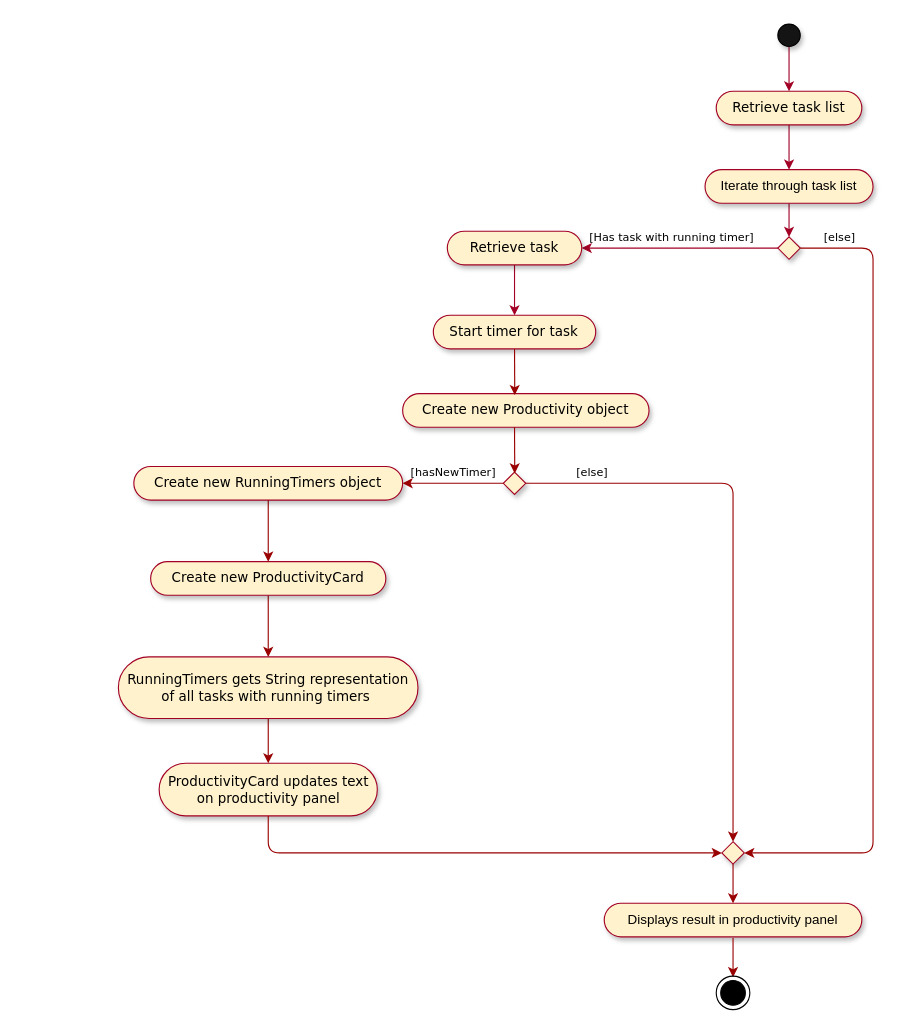
This is docs/diagrams/TimerPanelActivityDiagram.drawio from yapdianhao/main, a draw.io file, before an edit. Source tidied: cells renumbered, new cells numbered last; positions are measured from the earlier drawing's top-left corner, leaving out a move shared by most shapes. Both pictures are drawn from the tidied source at 112%, with x=0, y=0 at pixel (118, 24).
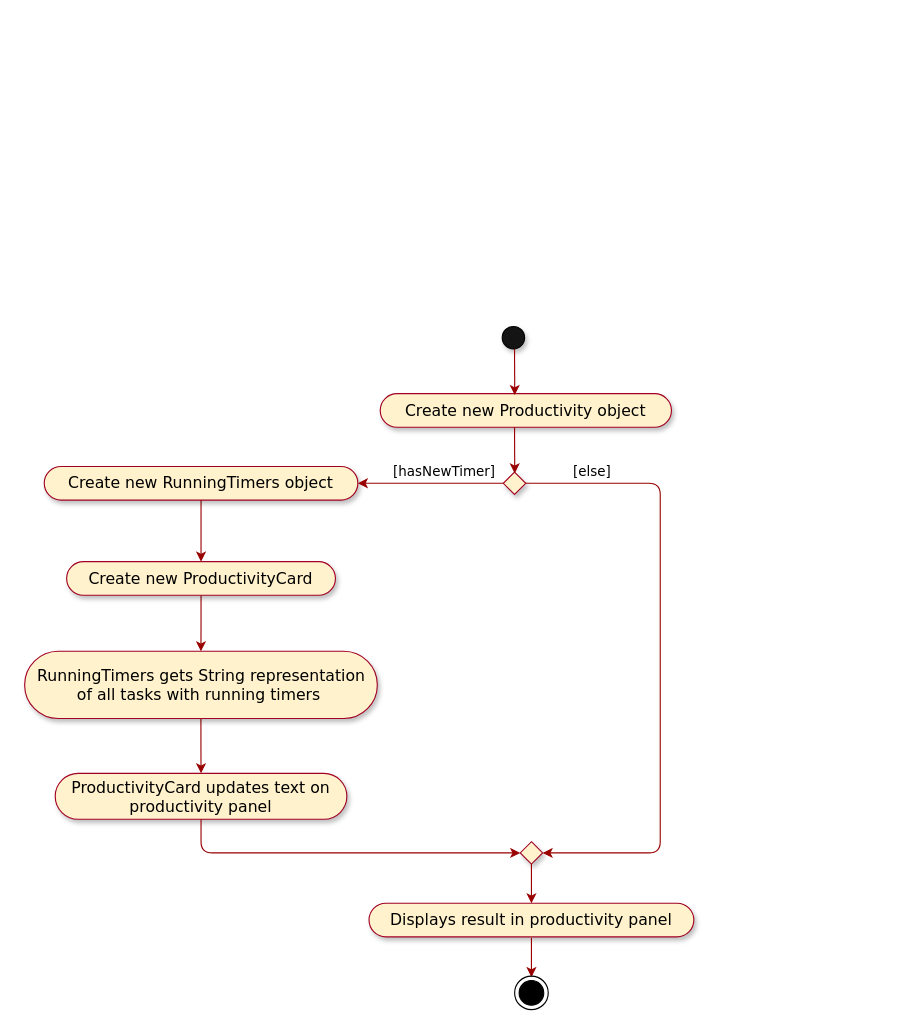
The same diagram, later.

What changed in the source:
```diff
@@
-    <mxCell id="2" style="edgeStyle=orthogonalEdgeStyle;rounded=0;jettySize=auto;html=1;startArrow=none;startFill=0;endArrow=classic;endFill=1;strokeColor=#A20025;" parent="1" edge="1" source="3" target="9">
-      <mxGeometry relative="1" as="geometry" />
-    </mxCell>
-    <mxCell id="3" style="ellipse;whiteSpace=wrap;html=1;fillColor=#141414;shadow=1;" parent="1" vertex="1">
-      <mxGeometry x="589" width="20" height="20" as="geometry" />
-    </mxCell>
-    <mxCell id="4" style="edgeStyle=orthogonalEdgeStyle;rounded=0;jettySize=auto;html=1;startArrow=none;startFill=0;endArrow=classic;endFill=1;strokeColor=#A20025;fontFamily=Verdana;" parent="1" edge="1" source="5" target="7">
-      <mxGeometry relative="1" as="geometry" />
-    </mxCell>
-    <mxCell id="5" value="Iterate through task list" style="whiteSpace=wrap;html=1;rounded=1;arcSize=50;align=center;verticalAlign=middle;strokeWidth=1;spacing=4;newEdgeStyle={&quot;edgeStyle&quot;:&quot;entityRelationEdgeStyle&quot;,&quot;startArrow&quot;:&quot;none&quot;,&quot;endArrow&quot;:&quot;none&quot;,&quot;segment&quot;:10,&quot;curved&quot;:1};shadow=1;fillColor=#fff2cc;strokeColor=#A20025;" parent="1" vertex="1">
-      <mxGeometry x="524" y="130" width="150" height="30" as="geometry" />
-    </mxCell>
-    <mxCell id="6" style="edgeStyle=orthogonalEdgeStyle;rounded=0;jettySize=auto;html=1;startArrow=none;startFill=0;endArrow=classic;endFill=1;strokeColor=#A20025;fontFamily=Verdana;exitX=0.25;exitY=0.5;exitDx=0;exitDy=0;exitPerimeter=0;" parent="1" edge="1" source="7" target="11">
-      <mxGeometry relative="1" as="geometry" />
-    </mxCell>
-    <mxCell id="7" style="rhombus;whiteSpace=wrap;html=1;shadow=1;strokeColor=#A20025;fillColor=#fff2cc;" parent="1" vertex="1">
-      <mxGeometry x="589" y="190" width="20" height="20" as="geometry" />
-    </mxCell>
-    <mxCell id="8" style="edgeStyle=orthogonalEdgeStyle;rounded=0;jettySize=auto;html=1;startArrow=none;startFill=0;endArrow=classic;endFill=1;strokeColor=#A20025;" parent="1" edge="1" source="9" target="5">
-      <mxGeometry relative="1" as="geometry" />
-    </mxCell>
-    <mxCell id="9" value="Retrieve task list" style="whiteSpace=wrap;rounded=1;arcSize=50;align=center;verticalAlign=middle;strokeWidth=1;spacing=4;newEdgeStyle={&quot;edgeStyle&quot;:&quot;entityRelationEdgeStyle&quot;,&quot;startArrow&quot;:&quot;none&quot;,&quot;endArrow&quot;:&quot;none&quot;,&quot;segment&quot;:10,&quot;curved&quot;:1};shadow=1;fillColor=#fff2cc;strokeColor=#A20025;horizontal=1;fontFamily=Verdana;" parent="1" vertex="1">
-      <mxGeometry x="534" y="60" width="130" height="30" as="geometry" />
-    </mxCell>
-    <mxCell id="10" style="edgeStyle=orthogonalEdgeStyle;rounded=0;jettySize=auto;html=1;exitX=0.5;exitY=1;exitDx=0;exitDy=0;startArrow=none;startFill=0;endArrow=classic;endFill=1;strokeColor=#A20025;fontFamily=Verdana;" parent="1" edge="1" source="11">
-      <mxGeometry relative="1" as="geometry">
-        <mxPoint x="353.9" y="260" as="targetPoint" />
-        <Array as="points">
-          <mxPoint x="353.9" y="250" />
-        </Array>
-      </mxGeometry>
-    </mxCell>
-    <mxCell id="11" value="Retrieve task" style="whiteSpace=wrap;html=1;rounded=1;arcSize=50;align=center;verticalAlign=middle;strokeWidth=1;spacing=4;newEdgeStyle={&quot;edgeStyle&quot;:&quot;entityRelationEdgeStyle&quot;,&quot;startArrow&quot;:&quot;none&quot;,&quot;endArrow&quot;:&quot;none&quot;,&quot;segment&quot;:10,&quot;curved&quot;:1};shadow=1;fillColor=#fff2cc;strokeColor=#A20025;fontFamily=Verdana;" parent="1" vertex="1">
-      <mxGeometry x="293.9" y="185" width="120" height="30" as="geometry" />
-    </mxCell>
-    <mxCell id="12" value="&lt;span style=&quot;font-size: 10px&quot;&gt;[Has task with running timer]&lt;/span&gt;" style="text;html=1;align=center;verticalAlign=middle;fontFamily=Verdana;" parent="1" vertex="1">
-      <mxGeometry x="413.9" y="180" width="160" height="20" as="geometry" />
-    </mxCell>
+    <mxCell id="37" style="ellipse;whiteSpace=wrap;html=1;fillColor=#141414;shadow=1;" parent="1" vertex="1">
+      <mxGeometry x="342.9" y="270" width="20" height="20" as="geometry" />
+    </mxCell>
-    <mxCell id="13" value="Displays result in productivity panel" style="whiteSpace=wrap;html=1;rounded=1;arcSize=50;align=center;verticalAlign=middle;strokeWidth=1;spacing=4;newEdgeStyle={&quot;edgeStyle&quot;:&quot;entityRelationEdgeStyle&quot;,&quot;startArrow&quot;:&quot;none&quot;,&quot;endArrow&quot;:&quot;none&quot;,&quot;segment&quot;:10,&quot;curved&quot;:1};shadow=1;fillColor=#fff2cc;strokeColor=#A20025;" parent="1" vertex="1">
-      <mxGeometry x="434" y="785" width="230" height="30" as="geometry" />
+    <mxCell id="13" value="Displays result in productivity panel" style="whiteSpace=wrap;html=1;rounded=1;arcSize=50;align=center;verticalAlign=middle;strokeWidth=1;spacing=4;newEdgeStyle={&quot;edgeStyle&quot;:&quot;entityRelationEdgeStyle&quot;,&quot;startArrow&quot;:&quot;none&quot;,&quot;endArrow&quot;:&quot;none&quot;,&quot;segment&quot;:10,&quot;curved&quot;:1};shadow=1;fillColor=#fff2cc;strokeColor=#A20025;fontSize=14;fontFamily=Verdana;" parent="1" vertex="1">
+      <mxGeometry x="224" y="785" width="290" height="30" as="geometry" />
     </mxCell>
-    <mxCell id="14" value="&lt;font style=&quot;font-size: 10px&quot;&gt;[else]&lt;/font&gt;" style="text;html=1;align=center;verticalAlign=middle;fontFamily=Verdana;" parent="1" vertex="1">
-      <mxGeometry x="624" y="180" width="40" height="20" as="geometry" />
-    </mxCell>
-    <mxCell id="15" value="Start timer for task" style="whiteSpace=wrap;html=1;rounded=1;arcSize=50;align=center;verticalAlign=middle;strokeWidth=1;spacing=4;newEdgeStyle={&quot;edgeStyle&quot;:&quot;entityRelationEdgeStyle&quot;,&quot;startArrow&quot;:&quot;none&quot;,&quot;endArrow&quot;:&quot;none&quot;,&quot;segment&quot;:10,&quot;curved&quot;:1};shadow=1;fillColor=#fff2cc;strokeColor=#A20025;fontFamily=Verdana;" parent="1" vertex="1">
-      <mxGeometry x="281.4" y="260" width="145" height="30" as="geometry" />
-    </mxCell>
-    <mxCell id="16" style="rhombus;whiteSpace=wrap;html=1;shadow=1;strokeColor=#A20025;fillColor=#fff2cc;" parent="1" vertex="1">
-      <mxGeometry x="539" y="730" width="20" height="20" as="geometry" />
-    </mxCell>
-    <mxCell id="17" style="endArrow=classic;html=1;strokeColor=#990000;entryX=0.5;entryY=0;entryDx=0;entryDy=0;exitX=0.5;exitY=1;exitDx=0;exitDy=0;" parent="1" edge="1" source="16" target="13">
-      <mxGeometry relative="1" as="geometry" />
-    </mxCell>
-    <mxCell id="18" style="endArrow=classic;html=1;strokeColor=#990000;entryX=0.5;entryY=0;entryDx=0;entryDy=0;exitX=0.5;exitY=1;exitDx=0;exitDy=0;" parent="1" edge="1">
-      <mxGeometry relative="1" as="geometry">
-        <mxPoint x="549" y="816" as="sourcePoint" />
-        <mxPoint x="549" y="851" as="targetPoint" />
-      </mxGeometry>
-    </mxCell>
+    <mxCell id="38" style="rhombus;whiteSpace=wrap;html=1;shadow=1;strokeColor=#A20025;fillColor=#fff2cc;" parent="1" vertex="1">
+      <mxGeometry x="359" y="730" width="20" height="20" as="geometry" />
+    </mxCell>
+    <mxCell id="39" style="endArrow=classic;html=1;strokeColor=#990000;entryX=0.5;entryY=0;entryDx=0;entryDy=0;exitX=0.5;exitY=1;exitDx=0;exitDy=0;" parent="1" edge="1" source="38" target="13">
+      <mxGeometry relative="1" as="geometry" />
+    </mxCell>
+    <mxCell id="40" style="endArrow=classic;html=1;strokeColor=#990000;entryX=0.5;entryY=0;entryDx=0;entryDy=0;exitX=0.5;exitY=1;exitDx=0;exitDy=0;" parent="1" edge="1">
+      <mxGeometry relative="1" as="geometry">
+        <mxPoint x="369" y="816" as="sourcePoint" />
+        <mxPoint x="369" y="851" as="targetPoint" />
+      </mxGeometry>
+    </mxCell>
-    <mxCell id="19" value="Create new Productivity object" style="whiteSpace=wrap;html=1;rounded=1;arcSize=50;align=center;verticalAlign=middle;strokeWidth=1;spacing=4;newEdgeStyle={&quot;edgeStyle&quot;:&quot;entityRelationEdgeStyle&quot;,&quot;startArrow&quot;:&quot;none&quot;,&quot;endArrow&quot;:&quot;none&quot;,&quot;segment&quot;:10,&quot;curved&quot;:1};shadow=1;fillColor=#fff2cc;strokeColor=#A20025;fontFamily=Verdana;" parent="1" vertex="1">
-      <mxGeometry x="254" y="330" width="220" height="30" as="geometry" />
+    <mxCell id="19" value="Create new Productivity object" style="whiteSpace=wrap;html=1;rounded=1;arcSize=50;align=center;verticalAlign=middle;strokeWidth=1;spacing=4;newEdgeStyle={&quot;edgeStyle&quot;:&quot;entityRelationEdgeStyle&quot;,&quot;startArrow&quot;:&quot;none&quot;,&quot;endArrow&quot;:&quot;none&quot;,&quot;segment&quot;:10,&quot;curved&quot;:1};shadow=1;fillColor=#fff2cc;strokeColor=#A20025;fontFamily=Verdana;fontSize=14;" parent="1" vertex="1">
+      <mxGeometry x="234" y="330" width="260" height="30" as="geometry" />
     </mxCell>
-    <mxCell id="20" style="endArrow=classic;html=1;exitX=0.5;exitY=1;exitDx=0;exitDy=0;entryX=0.455;entryY=0.041;entryDx=0;entryDy=0;entryPerimeter=0;strokeColor=#990000;" parent="1" edge="1" source="15" target="19">
-      <mxGeometry relative="1" as="geometry" />
-    </mxCell>
-    <mxCell id="21" style="ellipse;html=1;shape=endState;fillColor=#000000;strokeColor=#000000;" parent="1" vertex="1">
-      <mxGeometry x="534" y="850" width="30" height="30" as="geometry" />
-    </mxCell>
+    <mxCell id="41" style="ellipse;html=1;shape=endState;fillColor=#000000;strokeColor=#000000;" parent="1" vertex="1">
+      <mxGeometry x="354" y="850" width="30" height="30" as="geometry" />
+    </mxCell>
@@
-    <mxCell id="23" value="Create new ProductivityCard" style="whiteSpace=wrap;html=1;rounded=1;arcSize=50;align=center;verticalAlign=middle;strokeWidth=1;spacing=4;newEdgeStyle={&quot;edgeStyle&quot;:&quot;entityRelationEdgeStyle&quot;,&quot;startArrow&quot;:&quot;none&quot;,&quot;endArrow&quot;:&quot;none&quot;,&quot;segment&quot;:10,&quot;curved&quot;:1};shadow=1;fillColor=#fff2cc;strokeColor=#A20025;fontFamily=Verdana;" parent="1" vertex="1">
-      <mxGeometry x="29" y="480" width="210" height="30" as="geometry" />
+    <mxCell id="23" value="Create new ProductivityCard" style="whiteSpace=wrap;html=1;rounded=1;arcSize=50;align=center;verticalAlign=middle;strokeWidth=1;spacing=4;newEdgeStyle={&quot;edgeStyle&quot;:&quot;entityRelationEdgeStyle&quot;,&quot;startArrow&quot;:&quot;none&quot;,&quot;endArrow&quot;:&quot;none&quot;,&quot;segment&quot;:10,&quot;curved&quot;:1};shadow=1;fillColor=#fff2cc;strokeColor=#A20025;fontFamily=Verdana;fontSize=14;" parent="1" vertex="1">
+      <mxGeometry x="-46" y="480" width="240" height="30" as="geometry" />
     </mxCell>
@@
-    <mxCell id="25" value="RunningTimers gets String representation of all tasks with running timers&amp;nbsp;" style="whiteSpace=wrap;html=1;rounded=1;arcSize=50;align=center;verticalAlign=middle;strokeWidth=1;spacing=4;newEdgeStyle={&quot;edgeStyle&quot;:&quot;entityRelationEdgeStyle&quot;,&quot;startArrow&quot;:&quot;none&quot;,&quot;endArrow&quot;:&quot;none&quot;,&quot;segment&quot;:10,&quot;curved&quot;:1};shadow=1;fillColor=#fff2cc;strokeColor=#A20025;fontFamily=Verdana;" parent="1" vertex="1">
-      <mxGeometry x="0.2" y="565" width="267.5" height="55" as="geometry" />
+    <mxCell id="25" value="RunningTimers gets String representation of all tasks with running timers&amp;nbsp;" style="whiteSpace=wrap;html=1;rounded=1;arcSize=50;align=center;verticalAlign=middle;strokeWidth=1;spacing=4;newEdgeStyle={&quot;edgeStyle&quot;:&quot;entityRelationEdgeStyle&quot;,&quot;startArrow&quot;:&quot;none&quot;,&quot;endArrow&quot;:&quot;none&quot;,&quot;segment&quot;:10,&quot;curved&quot;:1};shadow=1;fillColor=#fff2cc;strokeColor=#A20025;fontFamily=Verdana;fontSize=14;" parent="1" vertex="1">
+      <mxGeometry x="-83.5" y="560" width="314.9" height="60" as="geometry" />
     </mxCell>
-    <mxCell id="26" value="ProductivityCard updates text on productivity panel" style="whiteSpace=wrap;html=1;rounded=1;arcSize=50;align=center;verticalAlign=middle;strokeWidth=1;spacing=4;newEdgeStyle={&quot;edgeStyle&quot;:&quot;entityRelationEdgeStyle&quot;,&quot;startArrow&quot;:&quot;none&quot;,&quot;endArrow&quot;:&quot;none&quot;,&quot;segment&quot;:10,&quot;curved&quot;:1};shadow=1;fillColor=#fff2cc;strokeColor=#A20025;fontFamily=Verdana;" parent="1" vertex="1">
-      <mxGeometry x="36.6" y="660" width="194.8" height="47" as="geometry" />
+    <mxCell id="26" value="ProductivityCard updates text on productivity panel" style="whiteSpace=wrap;html=1;rounded=1;arcSize=50;align=center;verticalAlign=middle;strokeWidth=1;spacing=4;newEdgeStyle={&quot;edgeStyle&quot;:&quot;entityRelationEdgeStyle&quot;,&quot;startArrow&quot;:&quot;none&quot;,&quot;endArrow&quot;:&quot;none&quot;,&quot;segment&quot;:10,&quot;curved&quot;:1};shadow=1;fillColor=#fff2cc;strokeColor=#A20025;fontFamily=Verdana;fontSize=14;" parent="1" vertex="1">
+      <mxGeometry x="-56.2" y="669" width="260.4" height="41" as="geometry" />
     </mxCell>
@@
-    <mxCell id="28" value="Create new RunningTimers object" style="whiteSpace=wrap;html=1;rounded=1;arcSize=50;align=center;verticalAlign=middle;strokeWidth=1;spacing=4;newEdgeStyle={&quot;edgeStyle&quot;:&quot;entityRelationEdgeStyle&quot;,&quot;startArrow&quot;:&quot;none&quot;,&quot;endArrow&quot;:&quot;none&quot;,&quot;segment&quot;:10,&quot;curved&quot;:1};shadow=1;fillColor=#fff2cc;strokeColor=#A20025;fontFamily=Verdana;" parent="1" vertex="1">
-      <mxGeometry x="14" y="395" width="240" height="30" as="geometry" />
+    <mxCell id="28" value="Create new RunningTimers object" style="whiteSpace=wrap;html=1;rounded=1;arcSize=50;align=center;verticalAlign=middle;strokeWidth=1;spacing=4;newEdgeStyle={&quot;edgeStyle&quot;:&quot;entityRelationEdgeStyle&quot;,&quot;startArrow&quot;:&quot;none&quot;,&quot;endArrow&quot;:&quot;none&quot;,&quot;segment&quot;:10,&quot;curved&quot;:1};shadow=1;fillColor=#fff2cc;strokeColor=#A20025;fontFamily=Verdana;fontSize=14;" parent="1" vertex="1">
+      <mxGeometry x="-66" y="395" width="280" height="30" as="geometry" />
     </mxCell>
@@
-    <mxCell id="30" style="endArrow=classic;html=1;exitX=0.5;exitY=1;exitDx=0;exitDy=0;entryX=0.455;entryY=0.041;entryDx=0;entryDy=0;entryPerimeter=0;strokeColor=#990000;" parent="1" edge="1">
-      <mxGeometry relative="1" as="geometry">
-        <mxPoint x="353.9" y="360" as="sourcePoint" />
-        <mxPoint x="354.1" y="401.2" as="targetPoint" />
-      </mxGeometry>
-    </mxCell>
+    <mxCell id="42" style="endArrow=classic;html=1;exitX=0.5;exitY=1;exitDx=0;exitDy=0;entryX=0.455;entryY=0.041;entryDx=0;entryDy=0;entryPerimeter=0;strokeColor=#990000;" parent="1" edge="1">
+      <mxGeometry relative="1" as="geometry">
+        <mxPoint x="353.9" y="360" as="sourcePoint" />
+        <mxPoint x="354.1" y="401.2" as="targetPoint" />
+      </mxGeometry>
+    </mxCell>
-    <mxCell id="31" value="&lt;span style=&quot;font-size: 10px&quot;&gt;[hasNewTimer]&lt;/span&gt;" style="text;html=1;align=center;verticalAlign=middle;fontFamily=Verdana;" parent="1" vertex="1">
-      <mxGeometry x="253.9" y="390" width="90" height="20" as="geometry" />
+    <mxCell id="31" value="&lt;span style=&quot;font-size: 12px;&quot;&gt;[hasNewTimer]&lt;/span&gt;" style="text;html=1;align=center;verticalAlign=middle;fontFamily=Verdana;fontSize=12;" parent="1" vertex="1">
+      <mxGeometry x="236.4" y="390" width="110" height="20" as="geometry" />
     </mxCell>
@@
-    <mxCell id="33" style="endArrow=classic;html=1;strokeColor=#990000;entryX=0.5;entryY=0;entryDx=0;entryDy=0;" parent="1" edge="1" target="16">
-      <mxGeometry relative="1" as="geometry">
-        <mxPoint x="364" y="410" as="sourcePoint" />
-        <Array as="points">
-          <mxPoint x="549" y="410" />
-        </Array>
-      </mxGeometry>
-    </mxCell>
-    <mxCell id="34" value="&lt;span style=&quot;font-size: 10px&quot;&gt;[else]&lt;/span&gt;" style="text;html=1;align=center;verticalAlign=middle;fontFamily=Verdana;" parent="1" vertex="1">
-      <mxGeometry x="403" y="390" width="40" height="20" as="geometry" />
-    </mxCell>
-    <mxCell id="35" style="endArrow=classic;html=1;strokeColor=#990000;entryX=1;entryY=0.5;entryDx=0;entryDy=0;exitX=1;exitY=0.5;exitDx=0;exitDy=0;" parent="1" edge="1" source="7" target="16">
-      <mxGeometry relative="1" as="geometry">
-        <Array as="points">
-          <mxPoint x="674" y="200" />
-          <mxPoint x="674" y="360" />
-          <mxPoint x="674" y="740" />
-        </Array>
-      </mxGeometry>
-    </mxCell>
-    <mxCell id="36" style="endArrow=classic;html=1;strokeColor=#990000;exitX=0.5;exitY=1;exitDx=0;exitDy=0;entryX=0;entryY=0.5;entryDx=0;entryDy=0;" parent="1" edge="1" source="26" target="16">
-      <mxGeometry relative="1" as="geometry">
-        <Array as="points">
-          <mxPoint x="134" y="740" />
-        </Array>
-      </mxGeometry>
-    </mxCell>
+    <mxCell id="43" style="endArrow=classic;html=1;strokeColor=#990000;entryX=1;entryY=0.5;entryDx=0;entryDy=0;" parent="1" edge="1" target="38">
+      <mxGeometry relative="1" as="geometry">
+        <mxPoint x="364" y="410" as="sourcePoint" />
+        <Array as="points">
+          <mxPoint x="484" y="410" />
+          <mxPoint x="484" y="740" />
+        </Array>
+      </mxGeometry>
+    </mxCell>
+    <mxCell id="44" value="&lt;span style=&quot;font-size: 12px;&quot;&gt;[else]&lt;/span&gt;" style="text;html=1;align=center;verticalAlign=middle;fontFamily=Verdana;fontSize=12;" parent="1" vertex="1">
+      <mxGeometry x="398" y="390" width="50" height="20" as="geometry" />
+    </mxCell>
+    <mxCell id="45" style="endArrow=classic;html=1;strokeColor=#990000;exitX=0.5;exitY=1;exitDx=0;exitDy=0;entryX=0;entryY=0.5;entryDx=0;entryDy=0;" parent="1" edge="1" source="26" target="38">
+      <mxGeometry relative="1" as="geometry">
+        <Array as="points">
+          <mxPoint x="74" y="740" />
+        </Array>
+      </mxGeometry>
+    </mxCell>
+    <mxCell id="46" style="endArrow=classic;html=1;exitX=0.5;exitY=1;exitDx=0;exitDy=0;entryX=0.455;entryY=0.041;entryDx=0;entryDy=0;entryPerimeter=0;strokeColor=#990000;" parent="1" edge="1">
+      <mxGeometry relative="1" as="geometry">
+        <mxPoint x="353.9" y="290" as="sourcePoint" />
+        <mxPoint x="354.1" y="331.2" as="targetPoint" />
+      </mxGeometry>
+    </mxCell>
```
